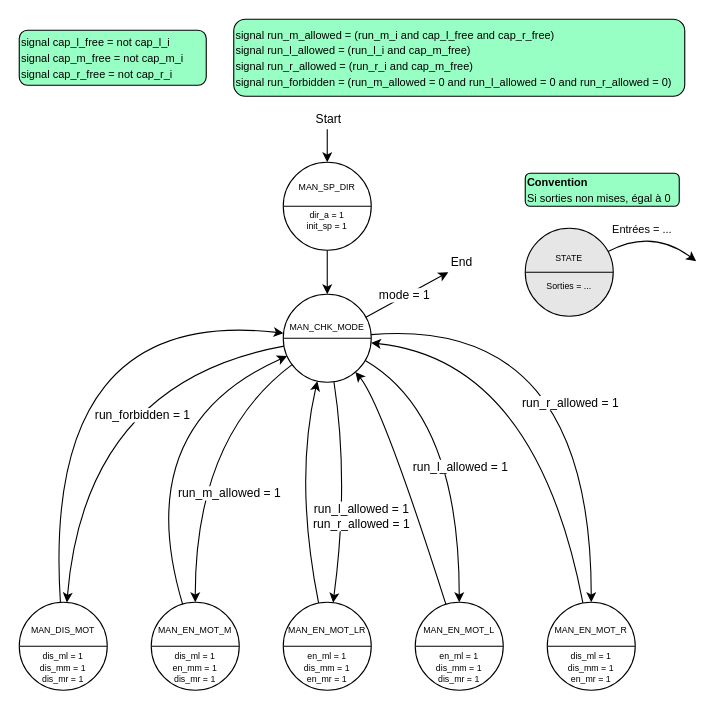
Before: doc/diags/state_manual_sequence.drawio in Schokiiiiiiii/csn26, a draw.io diagram. Source tidied: cells renumbered, new cells numbered last; positions are measured from the earlier drawing's top-left corner, leaving out a move shared by most shapes. Both pictures are drawn from the tidied source at 110%, with x=0, y=0 at pixel (19, 19).
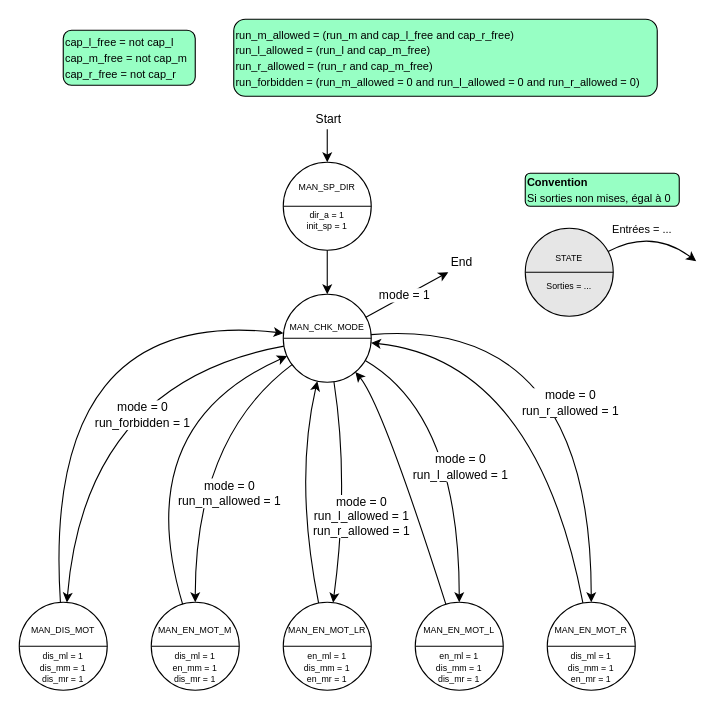
The same diagram, later.

The change refers to these unchanged cells:
```xml
<mxCell id="28" style="curved=1;endArrow=classic;html=1;rounded=0;" parent="1" edge="1" source="13" target="18">
  <mxGeometry relative="1" as="geometry">
    <Array as="points">
      <mxPoint x="160" y="380" />
    </Array>
  </mxGeometry>
</mxCell>
<mxCell id="30" style="curved=1;endArrow=classic;html=1;rounded=0;" parent="1" edge="1" source="13" target="22">
  <mxGeometry relative="1" as="geometry">
    <Array as="points">
      <mxPoint x="400" y="360" />
    </Array>
  </mxGeometry>
</mxCell>
<mxCell id="32" style="curved=1;endArrow=classic;html=1;rounded=0;" parent="1" edge="1" source="13" target="26">
  <mxGeometry relative="1" as="geometry">
    <Array as="points">
      <mxPoint x="520" y="270" />
    </Array>
  </mxGeometry>
</mxCell>
<mxCell id="34" style="curved=1;endArrow=classic;html=1;rounded=0;" parent="1" edge="1" source="13" target="24">
  <mxGeometry relative="1" as="geometry">
    <Array as="points">
      <mxPoint x="60" y="330" />
    </Array>
  </mxGeometry>
</mxCell>
<mxCell id="37" style="curved=1;endArrow=classic;html=1;rounded=0;" parent="1" edge="1" source="13" target="20">
  <mxGeometry relative="1" as="geometry">
    <Array as="points">
      <mxPoint x="300" y="420" />
    </Array>
  </mxGeometry>
</mxCell>
```

Diff of the diagram source:
```diff
@@
-    <mxCell id="6" value="&lt;span style=&quot;font-size: 10px;&quot;&gt;signal cap_l_free = not cap_l_i&lt;/span&gt;&lt;div&gt;&lt;span style=&quot;font-size: 10px;&quot;&gt;signal cap_m_free = not cap_m_i&lt;/span&gt;&lt;/div&gt;&lt;div&gt;&lt;span style=&quot;font-size: 10px;&quot;&gt;signal cap_r_free = not cap_r_i&lt;/span&gt;&lt;/div&gt;" style="rounded=1;whiteSpace=wrap;html=1;align=left;fillColor=#97FFC4;" parent="1" vertex="1">
-      <mxGeometry y="10" width="170" height="50" as="geometry" />
+    <mxCell id="6" value="&lt;span style=&quot;font-size: 10px;&quot;&gt;cap_l_free = not cap_l&lt;/span&gt;&lt;div&gt;&lt;span style=&quot;font-size: 10px;&quot;&gt;cap_m_free = not cap_m&lt;/span&gt;&lt;/div&gt;&lt;div&gt;&lt;span style=&quot;font-size: 10px;&quot;&gt;cap_r_free = not cap_r&lt;/span&gt;&lt;/div&gt;" style="rounded=1;whiteSpace=wrap;html=1;align=left;fillColor=#97FFC4;" parent="1" vertex="1">
+      <mxGeometry x="40" y="10" width="120" height="50" as="geometry" />
     </mxCell>
@@
-    <mxCell id="29" value="run_m_allowed = 1" style="edgeLabel;html=1;align=center;verticalAlign=middle;" parent="28" vertex="1">
+    <mxCell id="29" value="&lt;div&gt;mode = 0&lt;/div&gt;run_m_allowed = 1" style="edgeLabel;html=1;align=center;verticalAlign=middle;" parent="28" vertex="1">
       <mxGeometry x="-0.04" y="17" relative="1" as="geometry">
         <mxPoint x="13" y="35" as="offset" />
       </mxGeometry>
     </mxCell>
@@
-    <mxCell id="31" value="run_l_allowed = 1" style="edgeLabel;html=1;align=center;verticalAlign=middle;" parent="30" vertex="1">
+    <mxCell id="31" value="&lt;div&gt;mode = 0&lt;/div&gt;run_l_allowed = 1" style="edgeLabel;html=1;align=center;verticalAlign=middle;" parent="30" vertex="1">
       <mxGeometry x="0.08" y="-14" relative="1" as="geometry">
         <mxPoint x="14" as="offset" />
       </mxGeometry>
     </mxCell>
@@
-    <mxCell id="33" value="run_r_allowed = 1" style="edgeLabel;html=1;align=center;verticalAlign=middle;" parent="32" vertex="1">
+    <mxCell id="33" value="&lt;div&gt;mode = 0&lt;/div&gt;run_r_allowed = 1" style="edgeLabel;html=1;align=center;verticalAlign=middle;" parent="32" vertex="1">
       <mxGeometry x="0.23" y="-39" relative="1" as="geometry">
         <mxPoint x="19" y="-4" as="offset" />
       </mxGeometry>
     </mxCell>
@@
-    <mxCell id="35" value="run_forbidden = 1" style="edgeLabel;html=1;align=center;verticalAlign=middle;" parent="34" vertex="1">
+    <mxCell id="35" value="&lt;div&gt;mode = 0&lt;/div&gt;run_forbidden = 1" style="edgeLabel;html=1;align=center;verticalAlign=middle;" parent="34" vertex="1">
       <mxGeometry x="-0.28" y="38" relative="1" as="geometry" />
     </mxCell>
@@
-    <mxCell id="38" value="run_l_allowed = 1&lt;div&gt;run_r_allowed = 1&lt;/div&gt;" style="edgeLabel;html=1;align=center;verticalAlign=middle;" parent="37" vertex="1">
+    <mxCell id="38" value="&lt;div&gt;mode = 0&lt;/div&gt;run_l_allowed = 1&lt;div&gt;run_r_allowed = 1&lt;/div&gt;" style="edgeLabel;html=1;align=center;verticalAlign=middle;" parent="37" vertex="1">
       <mxGeometry x="0.11" relative="1" as="geometry">
         <mxPoint x="13" y="10" as="offset" />
       </mxGeometry>
     </mxCell>
@@
-    <mxCell id="43" value="&lt;span style=&quot;font-size: 10px;&quot;&gt;signal run_m_allowed = (run_m_i and cap_l_free and cap_r_free)&lt;/span&gt;&lt;div&gt;&lt;span style=&quot;font-size: 10px;&quot;&gt;signal run_l_allowed = (run_l_i and cap_m_free)&lt;/span&gt;&lt;/div&gt;&lt;div&gt;&lt;span style=&quot;font-size: 10px;&quot;&gt;signal run_r_allowed = (run_r_i and cap_m_free)&lt;/span&gt;&lt;/div&gt;&lt;div&gt;&lt;span style=&quot;font-size: 10px;&quot;&gt;signal run_forbidden = (run_m_allowed = 0 and run_l_allowed = 0 and run_r_allowed = 0)&lt;/span&gt;&lt;/div&gt;" style="rounded=1;whiteSpace=wrap;html=1;align=left;fillColor=#97FFC4;" parent="1" vertex="1">
-      <mxGeometry x="195" width="410" height="70" as="geometry" />
+    <mxCell id="43" value="&lt;span style=&quot;font-size: 10px;&quot;&gt;run_m_allowed = (run_m and cap_l_free and cap_r_free)&lt;/span&gt;&lt;div&gt;&lt;span style=&quot;font-size: 10px;&quot;&gt;run_l_allowed = (run_l and cap_m_free)&lt;/span&gt;&lt;/div&gt;&lt;div&gt;&lt;span style=&quot;font-size: 10px;&quot;&gt;run_r_allowed = (run_r and cap_m_free)&lt;/span&gt;&lt;/div&gt;&lt;div&gt;&lt;span style=&quot;font-size: 10px;&quot;&gt;run_forbidden = (run_m_allowed = 0 and run_l_allowed = 0 and run_r_allowed = 0)&lt;/span&gt;&lt;/div&gt;" style="rounded=1;whiteSpace=wrap;html=1;align=left;fillColor=#97FFC4;" parent="1" vertex="1">
+      <mxGeometry x="195" width="385" height="70" as="geometry" />
     </mxCell>
```
